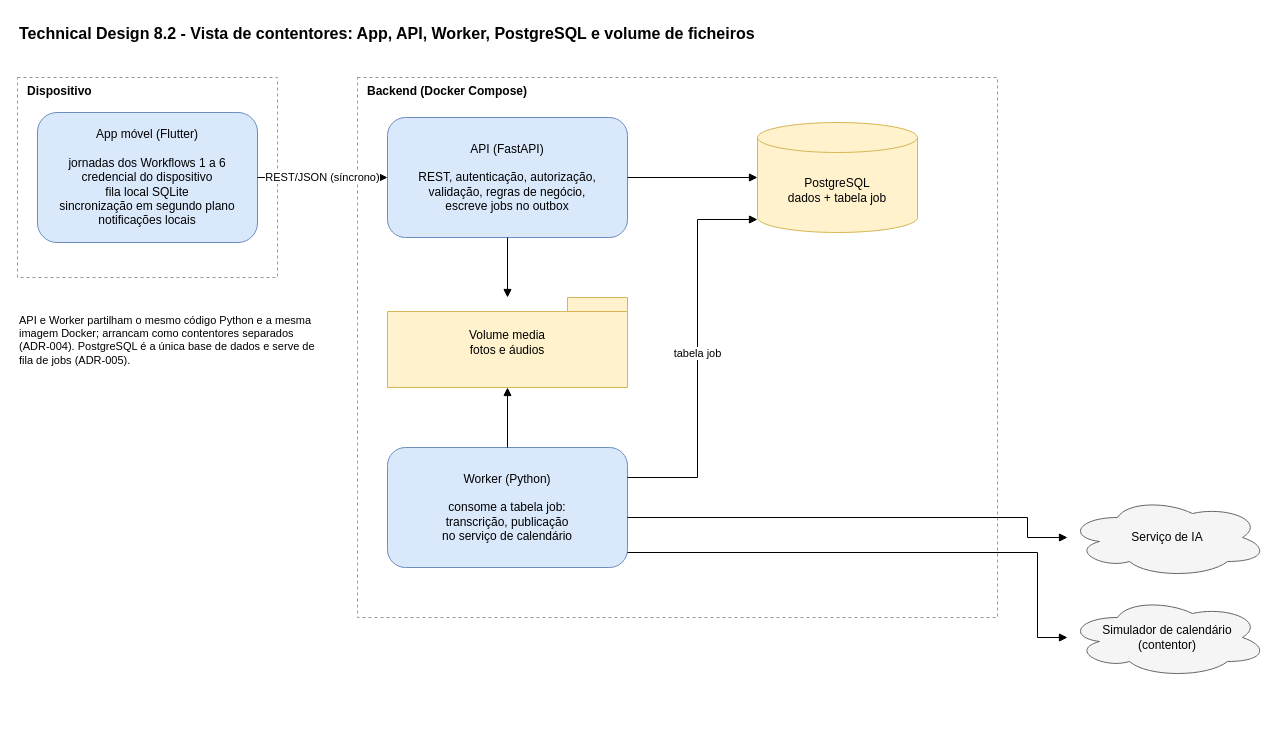
Before: page "2. Vista de contentores" (2 of 5) of docs/sprintA/technical-design.drawio in LMNSdev/LABDSOF_DOMUSCAST, a draw.io diagram. Source tidied: cells renumbered, new cells numbered last; positions are measured from the earlier drawing's top-left corner, leaving out a move shared by most shapes. Both pictures are drawn from the tidied source at 100%, with x=0, y=0 at pixel (17, 17).
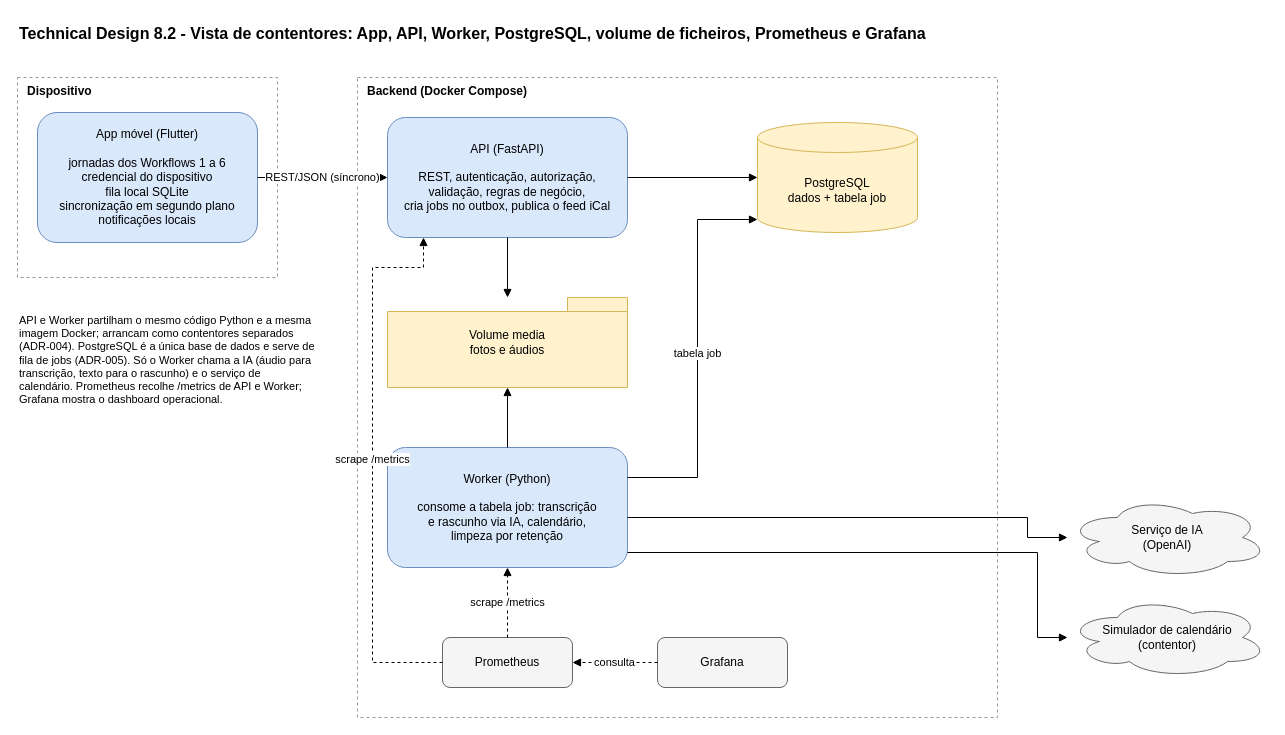
The same diagram, later.

Change to the diagram source:
```diff
@@
-    <mxCell id="2" value="Technical Design 8.2 - Vista de contentores: App, API, Worker, PostgreSQL e volume de ficheiros" style="text;html=1;fontSize=16;fontStyle=1;align=left;" parent="1" vertex="1">
+    <mxCell id="2" value="Technical Design 8.2 - Vista de contentores: App, API, Worker, PostgreSQL, volume de ficheiros, Prometheus e Grafana" style="text;html=1;fontSize=16;fontStyle=1;align=left;" parent="1" vertex="1">
       <mxGeometry width="1100" height="30" as="geometry" />
     </mxCell>
@@
     <mxCell id="5" value="Backend (Docker Compose)" style="rounded=0;whiteSpace=wrap;html=1;fillColor=none;strokeColor=#999999;dashed=1;verticalAlign=top;align=left;spacingLeft=8;fontStyle=1;" parent="1" vertex="1">
-      <mxGeometry x="340" y="60" width="640" height="540" as="geometry" />
+      <mxGeometry x="340" y="60" width="640" height="640" as="geometry" />
     </mxCell>
-    <mxCell id="6" value="API (FastAPI)&lt;br&gt;&lt;br&gt;REST, autenticação, autorização,&lt;br&gt;validação, regras de negócio,&lt;br&gt;escreve jobs no outbox" style="rounded=1;whiteSpace=wrap;html=1;fillColor=#dae8fc;strokeColor=#6c8ebf;" parent="1" vertex="1">
+    <mxCell id="6" value="API (FastAPI)&lt;br&gt;&lt;br&gt;REST, autenticação, autorização,&lt;br&gt;validação, regras de negócio,&lt;br&gt;cria jobs no outbox, publica o feed iCal" style="rounded=1;whiteSpace=wrap;html=1;fillColor=#dae8fc;strokeColor=#6c8ebf;" parent="1" vertex="1">
       <mxGeometry x="370" y="100" width="240" height="120" as="geometry" />
     </mxCell>
@@
-    <mxCell id="8" value="Worker (Python)&lt;br&gt;&lt;br&gt;consome a tabela job:&lt;br&gt;transcrição, publicação&lt;br&gt;no serviço de calendário" style="rounded=1;whiteSpace=wrap;html=1;fillColor=#dae8fc;strokeColor=#6c8ebf;" parent="1" vertex="1">
+    <mxCell id="8" value="Worker (Python)&lt;br&gt;&lt;br&gt;consome a tabela job: transcrição&lt;br&gt;e rascunho via IA, calendário,&lt;br&gt;limpeza por retenção" style="rounded=1;whiteSpace=wrap;html=1;fillColor=#dae8fc;strokeColor=#6c8ebf;" parent="1" vertex="1">
       <mxGeometry x="370" y="430" width="240" height="120" as="geometry" />
     </mxCell>
@@
-    <mxCell id="10" value="Serviço de IA" style="ellipse;shape=cloud;whiteSpace=wrap;html=1;fillColor=#f5f5f5;strokeColor=#666666;" parent="1" vertex="1">
+    <mxCell id="10" value="Serviço de IA&lt;br&gt;(OpenAI)" style="ellipse;shape=cloud;whiteSpace=wrap;html=1;fillColor=#f5f5f5;strokeColor=#666666;" parent="1" vertex="1">
       <mxGeometry x="1050" y="480" width="200" height="80" as="geometry" />
     </mxCell>
@@
-    <mxCell id="12" value="API e Worker partilham o mesmo código Python e a mesma imagem Docker; arrancam como contentores separados (ADR-004). PostgreSQL é a única base de dados e serve de fila de jobs (ADR-005)." style="text;html=1;align=left;verticalAlign=top;whiteSpace=wrap;fontSize=11;" parent="1" vertex="1">
-      <mxGeometry y="290" width="300" height="110" as="geometry" />
+    <mxCell id="12" value="API e Worker partilham o mesmo código Python e a mesma imagem Docker; arrancam como contentores separados (ADR-004). PostgreSQL é a única base de dados e serve de fila de jobs (ADR-005). Só o Worker chama a IA (áudio para transcrição, texto para o rascunho) e o serviço de calendário. Prometheus recolhe /metrics de API e Worker; Grafana mostra o dashboard operacional." style="text;html=1;align=left;verticalAlign=top;whiteSpace=wrap;fontSize=11;" parent="1" vertex="1">
+      <mxGeometry y="290" width="300" height="140" as="geometry" />
     </mxCell>
+    <mxCell id="20" value="Prometheus" style="rounded=1;whiteSpace=wrap;html=1;fillColor=#f5f5f5;strokeColor=#666666;" parent="1" vertex="1">
+      <mxGeometry x="425" y="620" width="130" height="50" as="geometry" />
+    </mxCell>
+    <mxCell id="21" value="Grafana" style="rounded=1;whiteSpace=wrap;html=1;fillColor=#f5f5f5;strokeColor=#666666;" parent="1" vertex="1">
+      <mxGeometry x="640" y="620" width="130" height="50" as="geometry" />
+    </mxCell>
+    <mxCell id="22" value="scrape /metrics" style="html=1;rounded=0;endArrow=block;endFill=1;labelBackgroundColor=#ffffff;fontSize=11;dashed=1;exitX=0.5;exitY=0;exitDx=0;exitDy=0;entryX=0.5;entryY=1;entryDx=0;entryDy=0;" parent="1" edge="1" source="20" target="8">
+      <mxGeometry relative="1" as="geometry" />
+    </mxCell>
+    <mxCell id="23" value="scrape /metrics" style="html=1;rounded=0;endArrow=block;endFill=1;labelBackgroundColor=#ffffff;fontSize=11;dashed=1;exitX=0;exitY=0.5;exitDx=0;exitDy=0;entryX=0.15;entryY=1;entryDx=0;entryDy=0;" parent="1" edge="1" source="20" target="6">
+      <mxGeometry relative="1" as="geometry">
+        <Array as="points">
+          <mxPoint x="355" y="645" />
+          <mxPoint x="355" y="250" />
+          <mxPoint x="406" y="250" />
+        </Array>
+      </mxGeometry>
+    </mxCell>
+    <mxCell id="24" value="consulta" style="html=1;rounded=0;endArrow=block;endFill=1;labelBackgroundColor=#ffffff;fontSize=11;dashed=1;exitX=0;exitY=0.5;exitDx=0;exitDy=0;entryX=1;entryY=0.5;entryDx=0;entryDy=0;" parent="1" edge="1" source="21" target="20">
+      <mxGeometry relative="1" as="geometry" />
+    </mxCell>
```
